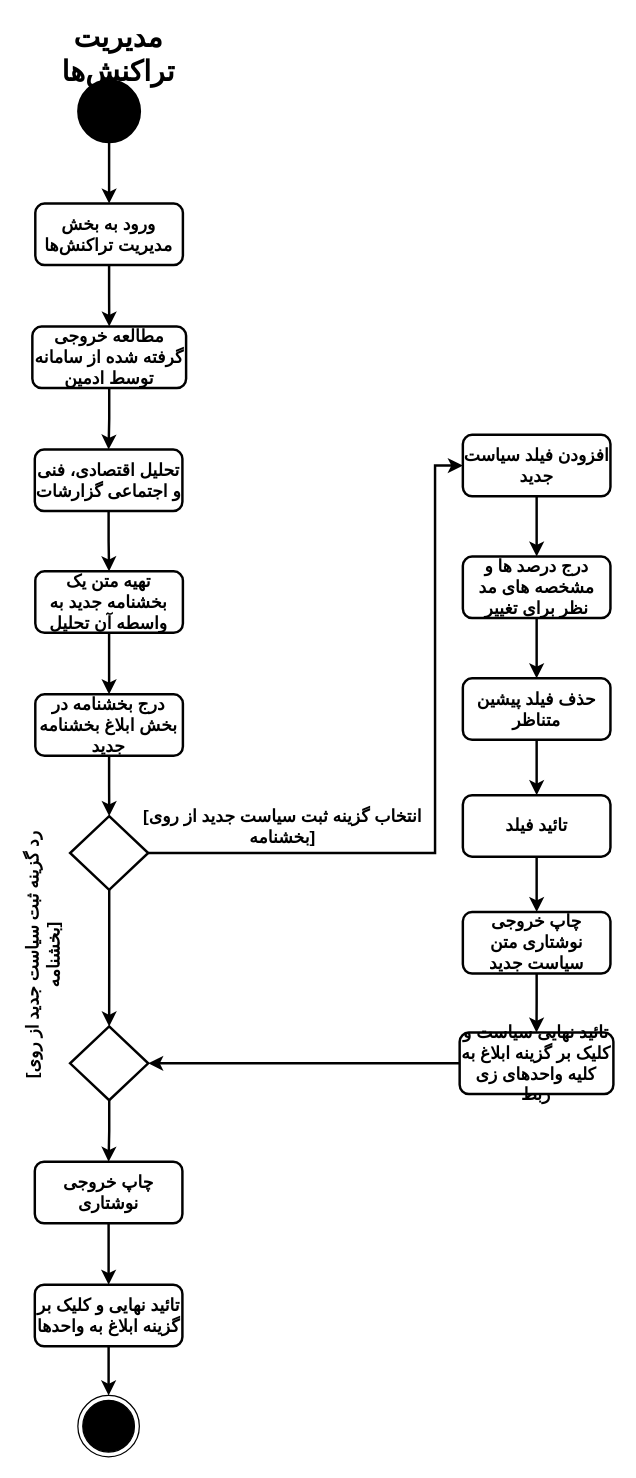
MelvinMo/CarBaMa_Automotive-Sale-Application keeps this draw.io diagram as page "TransactionManagement" (17 of 23) of ActivityDiagram/MiddleWare_CarBaMaActivityDiagram.drawio. Above is the earlier version. Source tidied: cells renumbered, new cells numbered last; positions are measured from the earlier drawing's top-left corner, leaving out a move shared by most shapes. Both pictures are drawn from the tidied source at 123%, with x=0, y=0 at pixel (-102, 42).
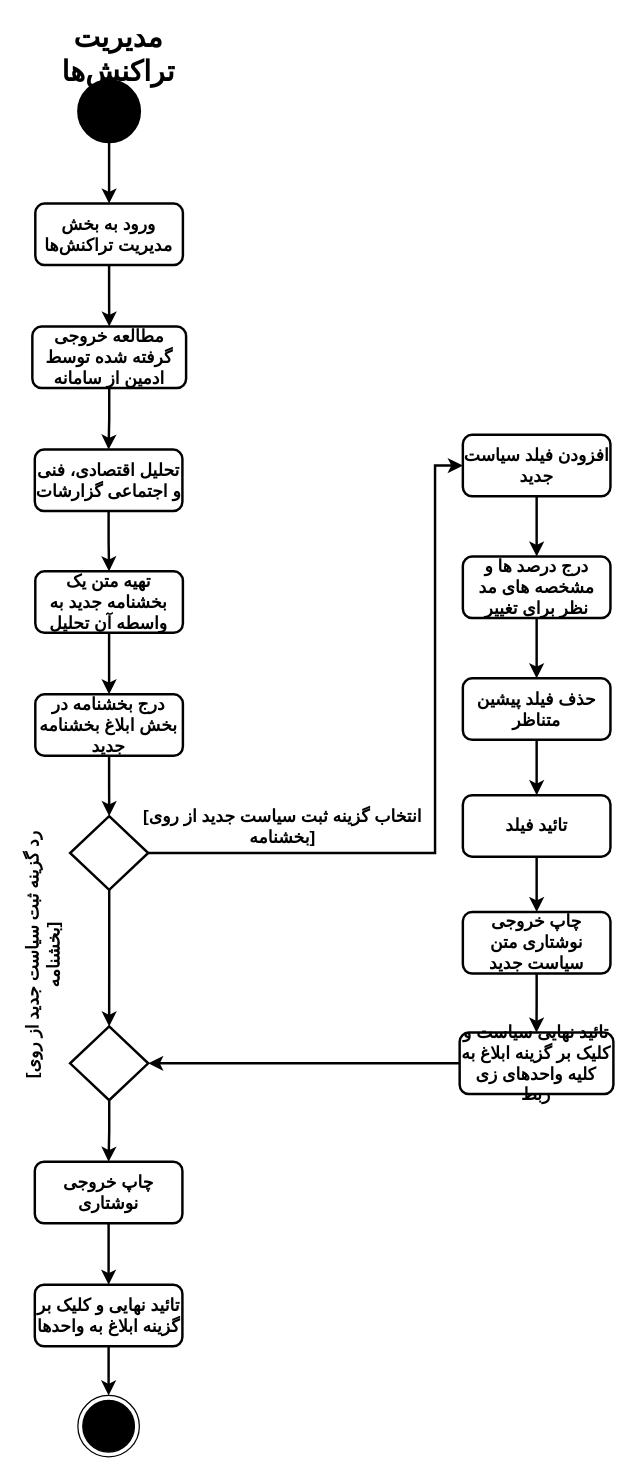
Above is the later version.

What changed in the source:
```diff
@@
-    <mxCell id="5" value="&lt;font&gt;&lt;span style=&quot;font-size: 14px;&quot;&gt;&lt;b&gt;مطالعه خروجی گرفته شده از سامانه توسط ادمین&lt;/b&gt;&lt;/span&gt;&lt;br&gt;&lt;/font&gt;" style="rounded=1;whiteSpace=wrap;html=1;strokeColor=#000000;fillColor=#FFFFFF;strokeWidth=2;" parent="1" vertex="1">
+    <mxCell id="5" value="&lt;font&gt;&lt;span style=&quot;font-size: 14px;&quot;&gt;&lt;b&gt;مطالعه خروجی گرفته شده توسط ادمین&amp;nbsp;&lt;/b&gt;&lt;/span&gt;&lt;b style=&quot;border-color: var(--border-color); font-size: 14px;&quot;&gt;از سامانه&lt;/b&gt;&lt;br&gt;&lt;/font&gt;" style="rounded=1;whiteSpace=wrap;html=1;strokeColor=#000000;fillColor=#FFFFFF;strokeWidth=2;" parent="1" vertex="1">
       <mxGeometry x="108.8" y="231" width="125" height="50" as="geometry" />
     </mxCell>
```
